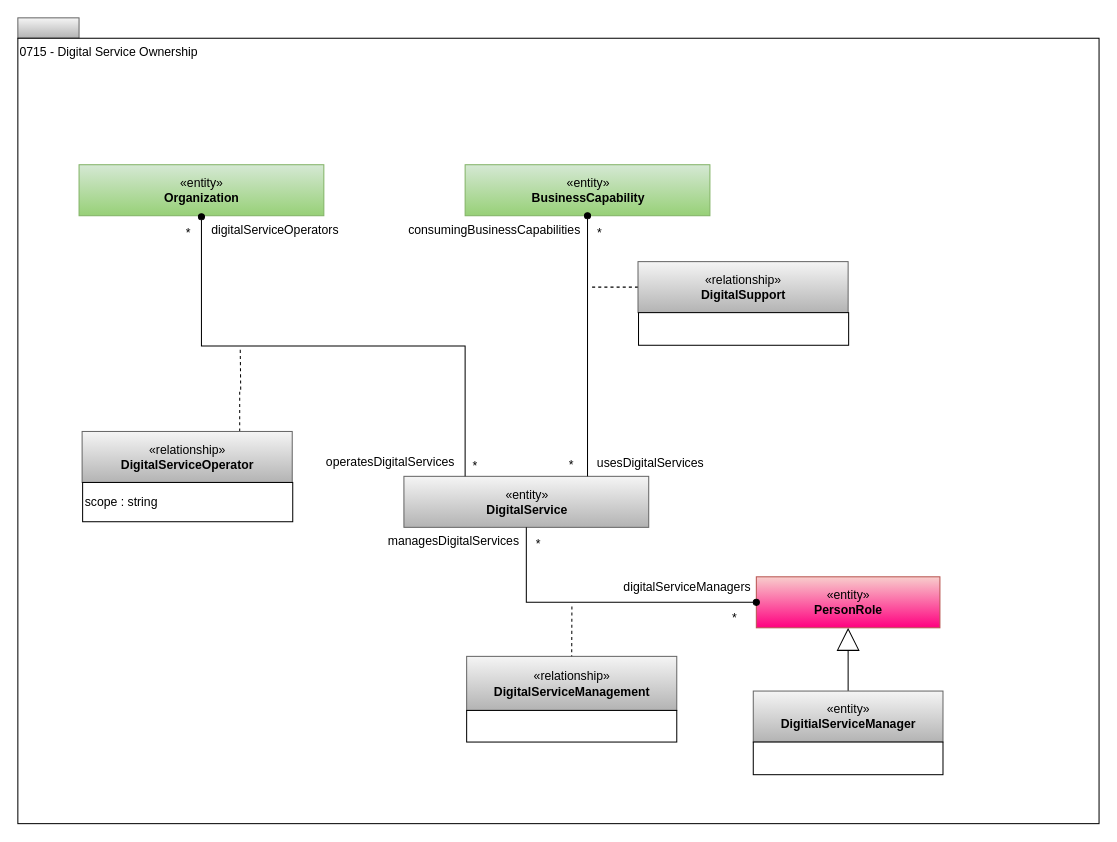
This is page "0715-Digital-Service-Ownership" (4 of 14) of site/docs/types/7/area-7-lineage.drawio from odpi/egeria-docs, a draw.io file, before an edit. Source tidied: cells renumbered, new cells numbered last; positions are measured from the earlier drawing's top-left corner, leaving out a move shared by most shapes. Both pictures are drawn from the tidied source at 102%, with x=0, y=0 at pixel (17, 17).
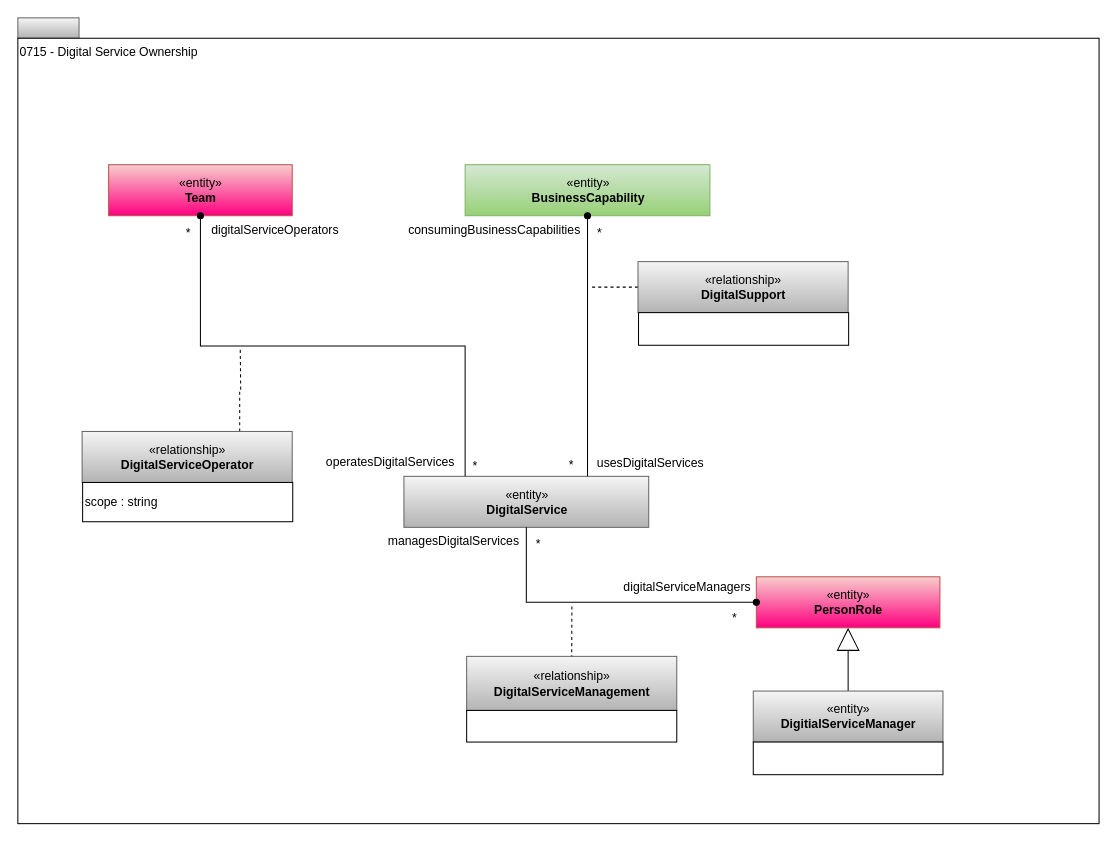
The same page after the edit.

Unchanged cells that the change refers to:
```xml
<mxCell id="7" value="«entity»&lt;br&gt;&lt;b&gt;DigitalService&lt;/b&gt;" style="html=1;strokeColor=#666666;align=center;fillColor=#f5f5f5;gradientColor=#b3b3b3;" parent="1" vertex="1">
  <mxGeometry x="378.5" y="449.5" width="240" height="50" as="geometry" />
</mxCell>
```

Diff of the diagram source:
```diff
@@
-    <mxCell id="29" value="«entity»&lt;br&gt;&lt;b&gt;Organization&lt;/b&gt;" style="html=1;strokeColor=#82b366;align=center;fillColor=#d5e8d4;gradientColor=#97d077;perimeterSpacing=1;" parent="1" vertex="1">
-      <mxGeometry x="60" y="144" width="240" height="50" as="geometry" />
-    </mxCell>
@@
-    <mxCell id="31" style="edgeStyle=orthogonalEdgeStyle;rounded=0;html=1;exitX=0.25;exitY=0;entryX=0.5;entryY=1;endArrow=oval;endFill=1;jettySize=auto;entryDx=0;entryDy=0;exitDx=0;exitDy=0;" parent="1" edge="1" source="7" target="29">
-      <mxGeometry relative="1" as="geometry" />
-    </mxCell>
@@
+    <mxCell id="35" value="«entity»&lt;br&gt;&lt;b&gt;Team&lt;/b&gt;" style="html=1;strokeColor=#b85450;align=center;fillColor=#f8cecc;gradientColor=#FF0080;" parent="1" vertex="1">
+      <mxGeometry x="89" y="144" width="180" height="50" as="geometry" />
+    </mxCell>
+    <mxCell id="31" style="edgeStyle=orthogonalEdgeStyle;rounded=0;html=1;exitX=0.25;exitY=0;endArrow=oval;endFill=1;jettySize=auto;exitDx=0;exitDy=0;" parent="1" edge="1" source="7" target="35">
+      <mxGeometry relative="1" as="geometry" />
+    </mxCell>
```
